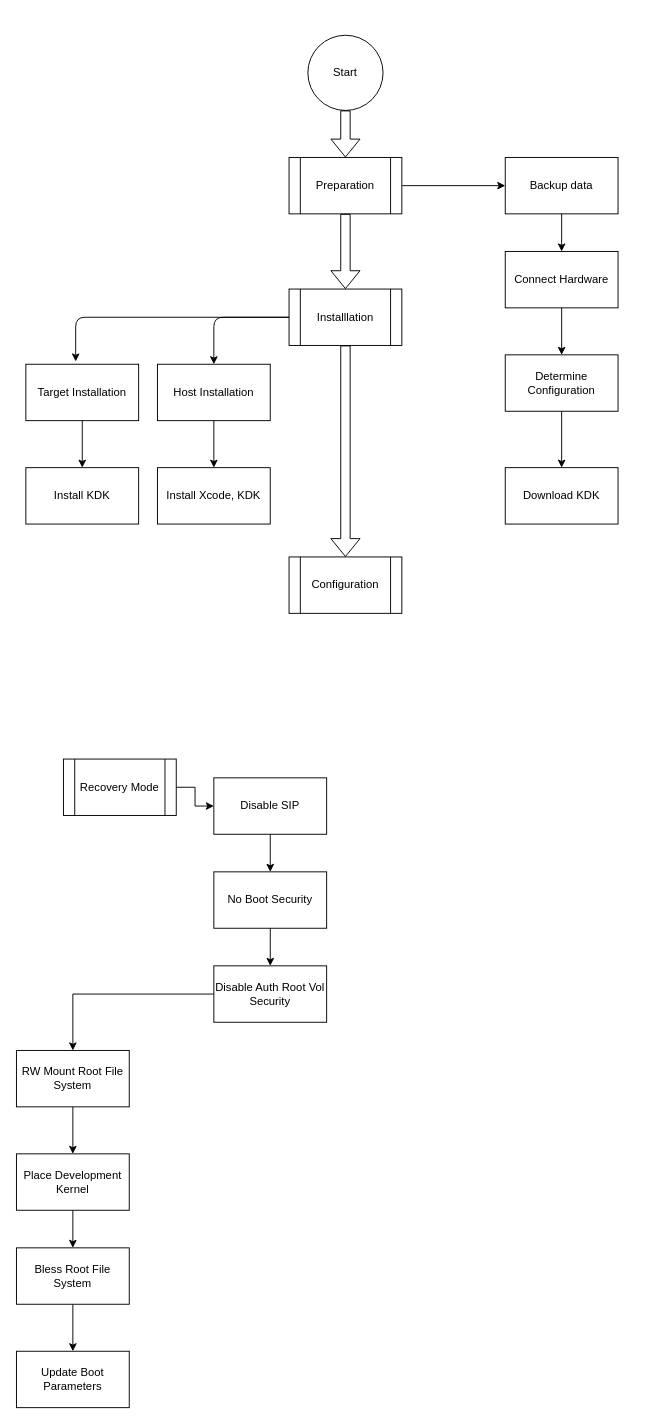
Before: diagrams/KernelDebugSetup.drawio in faisalmemon/the-road-to-zero, a draw.io diagram. Source tidied: cells renumbered, new cells numbered last; positions are measured from the earlier drawing's top-left corner, leaving out a move shared by most shapes. Both pictures are drawn from the tidied source at 94%, with x=0, y=0 at pixel (16, 35).
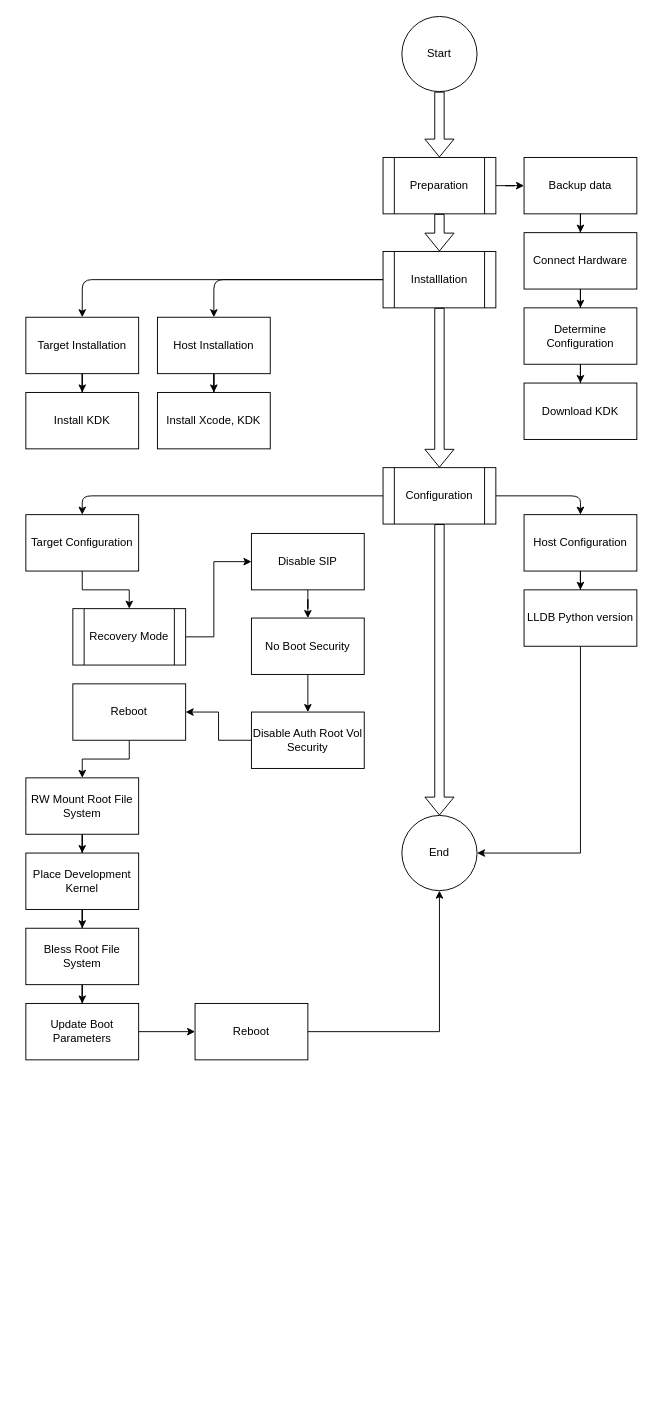
The same diagram, later.

Commit message (it also covers changes not shown here):
only track drawio and pdf files

Change to the diagram source:
```diff
@@
     <mxCell id="2" style="edgeStyle=orthogonalEdgeStyle;rounded=0;jettySize=auto;html=1;" parent="1" edge="1" source="3" target="5">
-      <mxGeometry relative="1" as="geometry" />
+      <mxGeometry relative="1" as="geometry">
+        <Array as="points">
+          <mxPoint x="210" y="640" />
+          <mxPoint x="210" y="560" />
+        </Array>
+      </mxGeometry>
     </mxCell>
     <mxCell id="3" value="Recovery Mode" style="shape=process;whiteSpace=wrap;html=1;backgroundOutline=1;" parent="1" vertex="1">
-      <mxGeometry x="50" y="770" width="120" height="60" as="geometry" />
+      <mxGeometry x="60" y="610" width="120" height="60" as="geometry" />
     </mxCell>
@@
     <mxCell id="5" value="Disable SIP" style="rounded=0;whiteSpace=wrap;html=1;" parent="1" vertex="1">
-      <mxGeometry x="210" y="790" width="120" height="60" as="geometry" />
+      <mxGeometry x="250" y="530" width="120" height="60" as="geometry" />
     </mxCell>
@@
     <mxCell id="7" value="No Boot Security" style="rounded=0;whiteSpace=wrap;html=1;" parent="1" vertex="1">
-      <mxGeometry x="210" y="890" width="120" height="60" as="geometry" />
+      <mxGeometry x="250" y="620" width="120" height="60" as="geometry" />
     </mxCell>
-    <mxCell id="8" style="edgeStyle=orthogonalEdgeStyle;rounded=0;jettySize=auto;html=1;" parent="1" edge="1" source="9" target="11">
-      <mxGeometry relative="1" as="geometry" />
-    </mxCell>
+    <mxCell id="41" style="edgeStyle=orthogonalEdgeStyle;rounded=0;jettySize=auto;html=1;" parent="1" edge="1" source="9" target="54">
+      <mxGeometry relative="1" as="geometry" />
+    </mxCell>
     <mxCell id="9" value="Disable Auth Root Vol Security" style="rounded=0;whiteSpace=wrap;html=1;" parent="1" vertex="1">
-      <mxGeometry x="210" y="990" width="120" height="60" as="geometry" />
+      <mxGeometry x="250" y="720" width="120" height="60" as="geometry" />
     </mxCell>
@@
     <mxCell id="11" value="RW Mount Root File System" style="rounded=0;whiteSpace=wrap;html=1;" parent="1" vertex="1">
-      <mxGeometry y="1080" width="120" height="60" as="geometry" />
+      <mxGeometry x="10" y="790" width="120" height="60" as="geometry" />
     </mxCell>
@@
     <mxCell id="13" value="Place Development Kernel" style="rounded=0;whiteSpace=wrap;html=1;" parent="1" vertex="1">
-      <mxGeometry y="1190" width="120" height="60" as="geometry" />
+      <mxGeometry x="10" y="870" width="120" height="60" as="geometry" />
     </mxCell>
@@
     <mxCell id="15" value="Bless Root File System" style="rounded=0;whiteSpace=wrap;html=1;" parent="1" vertex="1">
-      <mxGeometry y="1290" width="120" height="60" as="geometry" />
+      <mxGeometry x="10" y="950" width="120" height="60" as="geometry" />
     </mxCell>
+    <mxCell id="42" style="edgeStyle=orthogonalEdgeStyle;rounded=0;jettySize=auto;html=1;" parent="1" edge="1" source="16" target="52">
+      <mxGeometry relative="1" as="geometry" />
+    </mxCell>
     <mxCell id="16" value="Update Boot Parameters" style="rounded=0;whiteSpace=wrap;html=1;" parent="1" vertex="1">
-      <mxGeometry y="1400" width="120" height="60" as="geometry" />
+      <mxGeometry x="10" y="1030" width="120" height="60" as="geometry" />
     </mxCell>
@@
     <mxCell id="18" value="Preparation" style="shape=process;whiteSpace=wrap;html=1;backgroundOutline=1;" parent="1" vertex="1">
-      <mxGeometry x="290" y="130" width="120" height="60" as="geometry" />
+      <mxGeometry x="390" y="130" width="120" height="60" as="geometry" />
     </mxCell>
-    <mxCell id="19" style="group;" parent="1" vertex="1">
-      <mxGeometry x="520" y="130" width="120" height="390" as="geometry" />
-    </mxCell>
-    <mxCell id="20" value="Backup data" style="rounded=0;whiteSpace=wrap;html=1;" parent="19" vertex="1">
-      <mxGeometry width="120" height="60" as="geometry" />
-    </mxCell>
-    <mxCell id="21" value="Connect Hardware" style="rounded=0;whiteSpace=wrap;html=1;" parent="19" vertex="1">
-      <mxGeometry y="100" width="120" height="60" as="geometry" />
-    </mxCell>
-    <mxCell id="22" style="edgeStyle=orthogonalEdgeStyle;rounded=0;jettySize=auto;html=1;" parent="19" edge="1" source="20" target="21">
-      <mxGeometry x="-140" as="geometry" />
-    </mxCell>
-    <mxCell id="23" value="Determine Configuration" style="rounded=0;whiteSpace=wrap;html=1;" parent="19" vertex="1">
-      <mxGeometry y="210" width="120" height="60" as="geometry" />
-    </mxCell>
-    <mxCell id="24" style="edgeStyle=orthogonalEdgeStyle;rounded=0;jettySize=auto;html=1;" parent="19" edge="1" source="21" target="23">
-      <mxGeometry x="-140" as="geometry" />
-    </mxCell>
-    <mxCell id="25" value="Download KDK" style="rounded=0;whiteSpace=wrap;html=1;" parent="19" vertex="1">
-      <mxGeometry y="330" width="120" height="60" as="geometry" />
-    </mxCell>
-    <mxCell id="26" style="edgeStyle=orthogonalEdgeStyle;rounded=0;jettySize=auto;html=1;" parent="19" edge="1" source="23" target="25">
-      <mxGeometry x="-140" as="geometry" />
-    </mxCell>
     <mxCell id="27" value="Installlation" style="shape=process;whiteSpace=wrap;html=1;backgroundOutline=1;" parent="1" vertex="1">
-      <mxGeometry x="290" y="270" width="120" height="60" as="geometry" />
+      <mxGeometry x="390" y="230" width="120" height="60" as="geometry" />
     </mxCell>
@@
     <mxCell id="30" value="Target Installation" style="rounded=0;whiteSpace=wrap;html=1;" parent="1" vertex="1">
-      <mxGeometry x="10" y="350" width="120" height="60" as="geometry" />
+      <mxGeometry x="10" y="300" width="120" height="60" as="geometry" />
     </mxCell>
@@
     <mxCell id="32" value="Host Installation" style="rounded=0;whiteSpace=wrap;html=1;" parent="1" vertex="1">
-      <mxGeometry x="150" y="350" width="120" height="60" as="geometry" />
+      <mxGeometry x="150" y="300" width="120" height="60" as="geometry" />
     </mxCell>
     <mxCell id="33" value="Install KDK" style="rounded=0;whiteSpace=wrap;html=1;" parent="1" vertex="1">
-      <mxGeometry x="10" y="460" width="120" height="60" as="geometry" />
+      <mxGeometry x="10" y="380" width="120" height="60" as="geometry" />
     </mxCell>
     <mxCell id="34" value="Install Xcode, KDK" style="rounded=0;whiteSpace=wrap;html=1;" parent="1" vertex="1">
-      <mxGeometry x="150" y="460" width="120" height="60" as="geometry" />
+      <mxGeometry x="150" y="380" width="120" height="60" as="geometry" />
     </mxCell>
     <mxCell id="35" value="Start" style="ellipse;whiteSpace=wrap;html=1;" parent="1" vertex="1">
-      <mxGeometry x="310" width="80" height="80" as="geometry" />
+      <mxGeometry x="410" y="-20" width="80" height="80" as="geometry" />
     </mxCell>
@@
-    <mxCell id="37" style="endArrow=classic;html=1;exitX=0;exitY=0.5;exitDx=0;exitDy=0;entryX=0.442;entryY=-0.05;entryDx=0;entryDy=0;entryPerimeter=0;" parent="1" edge="1" source="27" target="30">
-      <mxGeometry relative="1" as="geometry">
-        <Array as="points">
-          <mxPoint x="63" y="300" />
-        </Array>
-      </mxGeometry>
-    </mxCell>
     <mxCell id="38" style="endArrow=classic;html=1;entryX=0.5;entryY=0;entryDx=0;entryDy=0;exitX=0;exitY=0.5;exitDx=0;exitDy=0;" parent="1" edge="1" source="27" target="32">
       <mxGeometry relative="1" as="geometry">
         <Array as="points">
+          <mxPoint x="210" y="260" />
           <mxPoint x="210" y="300" />
         </Array>
       </mxGeometry>
     </mxCell>
     <mxCell id="39" value="Configuration" style="shape=process;whiteSpace=wrap;html=1;backgroundOutline=1;" parent="1" vertex="1">
-      <mxGeometry x="290" y="555" width="120" height="60" as="geometry" />
+      <mxGeometry x="390" y="460" width="120" height="60" as="geometry" />
     </mxCell>
@@
+    <mxCell id="43" style="edgeStyle=orthogonalEdgeStyle;rounded=0;jettySize=auto;html=1;" parent="1" edge="1" source="44" target="3">
+      <mxGeometry relative="1" as="geometry" />
+    </mxCell>
+    <mxCell id="44" value="Target Configuration" style="rounded=0;whiteSpace=wrap;html=1;" parent="1" vertex="1">
+      <mxGeometry x="10" y="510" width="120" height="60" as="geometry" />
+    </mxCell>
+    <mxCell id="45" style="edgeStyle=orthogonalEdgeStyle;rounded=0;jettySize=auto;html=1;" parent="1" edge="1" source="46" target="50">
+      <mxGeometry relative="1" as="geometry" />
+    </mxCell>
+    <mxCell id="46" value="Host Configuration" style="rounded=0;whiteSpace=wrap;html=1;" parent="1" vertex="1">
+      <mxGeometry x="540" y="510" width="120" height="60" as="geometry" />
+    </mxCell>
+    <mxCell id="47" style="endArrow=classic;html=1;exitX=0;exitY=0.5;exitDx=0;exitDy=0;entryX=0.5;entryY=0;entryDx=0;entryDy=0;" parent="1" edge="1" source="39" target="44">
+      <mxGeometry relative="1" as="geometry">
+        <Array as="points">
+          <mxPoint x="70" y="490" />
+        </Array>
+      </mxGeometry>
+    </mxCell>
+    <mxCell id="48" style="endArrow=classic;html=1;entryX=0.5;entryY=0;entryDx=0;entryDy=0;exitX=1;exitY=0.5;exitDx=0;exitDy=0;" parent="1" edge="1" source="39" target="46">
+      <mxGeometry relative="1" as="geometry">
+        <Array as="points">
+          <mxPoint x="600" y="490" />
+        </Array>
+      </mxGeometry>
+    </mxCell>
+    <mxCell id="49" style="edgeStyle=orthogonalEdgeStyle;rounded=0;jettySize=auto;html=1;entryX=1;entryY=0.5;entryDx=0;entryDy=0;" parent="1" edge="1" source="50" target="55">
+      <mxGeometry relative="1" as="geometry">
+        <Array as="points">
+          <mxPoint x="600" y="870" />
+        </Array>
+      </mxGeometry>
+    </mxCell>
+    <mxCell id="50" value="LLDB Python version" style="rounded=0;whiteSpace=wrap;html=1;" parent="1" vertex="1">
+      <mxGeometry x="540" y="590" width="120" height="60" as="geometry" />
+    </mxCell>
+    <mxCell id="20" value="Backup data" style="rounded=0;whiteSpace=wrap;html=1;" parent="1" vertex="1">
+      <mxGeometry x="540" y="130" width="120" height="60" as="geometry" />
+    </mxCell>
+    <mxCell id="21" value="Connect Hardware" style="rounded=0;whiteSpace=wrap;html=1;" parent="1" vertex="1">
+      <mxGeometry x="540" y="210" width="120" height="60" as="geometry" />
+    </mxCell>
+    <mxCell id="22" style="edgeStyle=orthogonalEdgeStyle;rounded=0;jettySize=auto;html=1;" parent="1" edge="1" source="20" target="21">
+      <mxGeometry x="410" y="130" as="geometry" />
+    </mxCell>
+    <mxCell id="23" value="Determine Configuration" style="rounded=0;whiteSpace=wrap;html=1;" parent="1" vertex="1">
+      <mxGeometry x="540" y="290" width="120" height="60" as="geometry" />
+    </mxCell>
+    <mxCell id="24" style="edgeStyle=orthogonalEdgeStyle;rounded=0;jettySize=auto;html=1;" parent="1" edge="1" source="21" target="23">
+      <mxGeometry x="410" y="130" as="geometry" />
+    </mxCell>
+    <mxCell id="25" value="Download KDK" style="rounded=0;whiteSpace=wrap;html=1;" parent="1" vertex="1">
+      <mxGeometry x="540" y="370" width="120" height="60" as="geometry" />
+    </mxCell>
+    <mxCell id="26" style="edgeStyle=orthogonalEdgeStyle;rounded=0;jettySize=auto;html=1;" parent="1" edge="1" source="23" target="25">
+      <mxGeometry x="410" y="130" as="geometry" />
+    </mxCell>
+    <mxCell id="37" style="endArrow=classic;html=1;entryX=0.5;entryY=0;entryDx=0;entryDy=0;exitX=0;exitY=0.5;exitDx=0;exitDy=0;" parent="1" edge="1" source="27" target="30">
+      <mxGeometry relative="1" as="geometry">
+        <Array as="points">
+          <mxPoint x="70" y="260" />
+        </Array>
+      </mxGeometry>
+    </mxCell>
+    <mxCell id="51" style="edgeStyle=orthogonalEdgeStyle;rounded=0;jettySize=auto;html=1;entryX=0.5;entryY=1;entryDx=0;entryDy=0;" parent="1" edge="1" source="52" target="55">
+      <mxGeometry relative="1" as="geometry" />
+    </mxCell>
+    <mxCell id="52" value="Reboot" style="rounded=0;whiteSpace=wrap;html=1;" parent="1" vertex="1">
+      <mxGeometry x="190" y="1030" width="120" height="60" as="geometry" />
+    </mxCell>
+    <mxCell id="53" style="edgeStyle=orthogonalEdgeStyle;rounded=0;jettySize=auto;html=1;entryX=0.5;entryY=0;entryDx=0;entryDy=0;" parent="1" edge="1" source="54" target="11">
+      <mxGeometry relative="1" as="geometry" />
+    </mxCell>
+    <mxCell id="54" value="Reboot" style="rounded=0;whiteSpace=wrap;html=1;" parent="1" vertex="1">
+      <mxGeometry x="60" y="690" width="120" height="60" as="geometry" />
+    </mxCell>
+    <mxCell id="55" value="End" style="ellipse;whiteSpace=wrap;html=1;" parent="1" vertex="1">
+      <mxGeometry x="410" y="830" width="80" height="80" as="geometry" />
+    </mxCell>
+    <mxCell id="56" style="shape=flexArrow;endArrow=classic;html=1;entryX=0.5;entryY=0;entryDx=0;entryDy=0;exitX=0.5;exitY=1;exitDx=0;exitDy=0;" parent="1" edge="1" source="39" target="55">
+      <mxGeometry relative="1" as="geometry" />
+    </mxCell>
```
